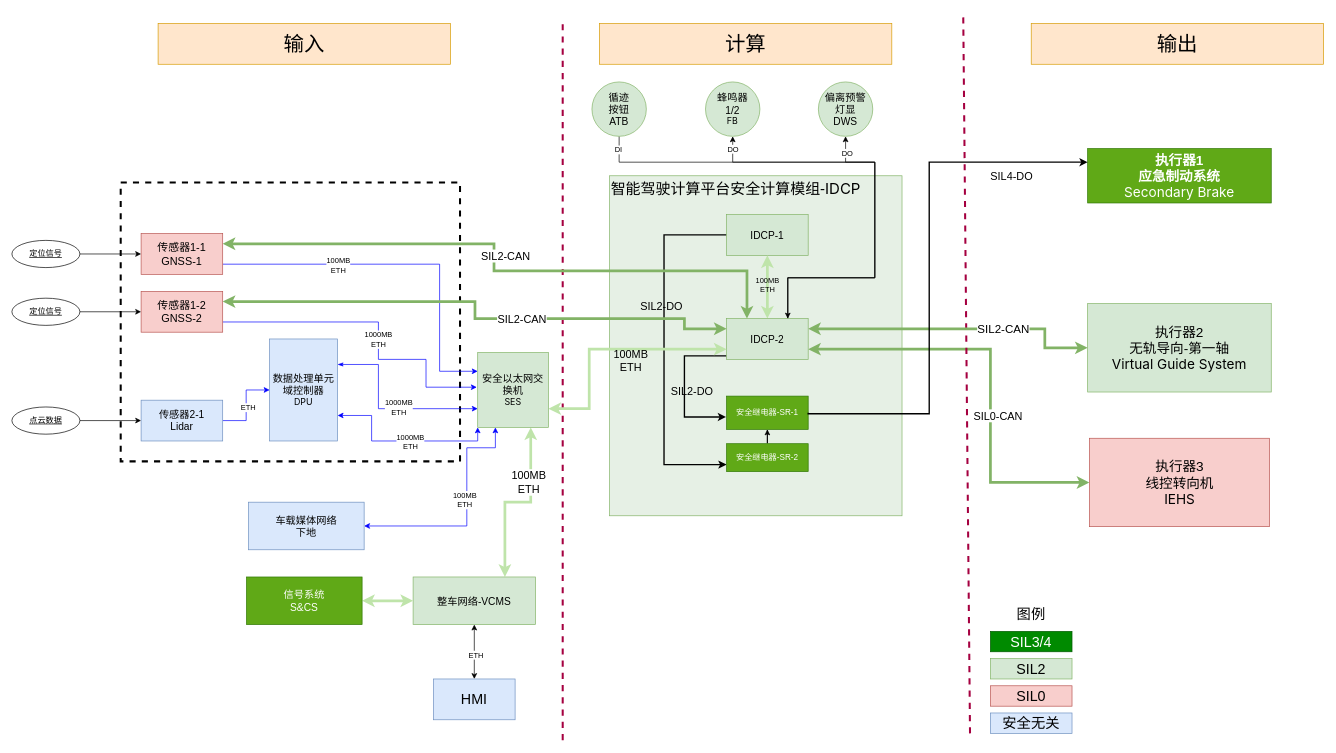
Before: page "循迹系统全连接图-240415update" (1 of 8) of 马来DAS系统关联关系图.drawio in FrankWong-cs/SharingwithColleagues, a draw.io diagram. Source tidied: cells renumbered, new cells numbered last; positions are measured from the earlier drawing's top-left corner, leaving out a move shared by most shapes. Both pictures are drawn from the tidied source at 68%, with x=0, y=0 at pixel (12, 12).
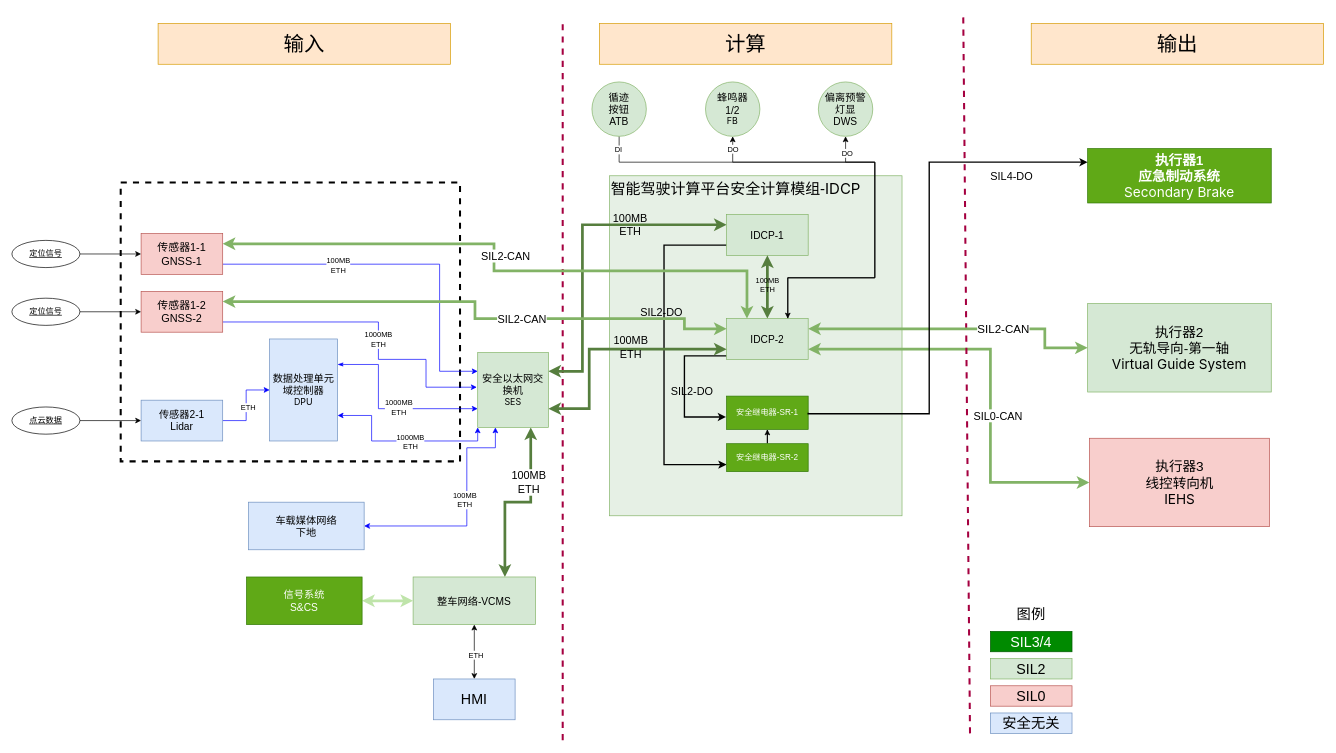
Above is the later version.

Commit message:
Update 马来DAS系统关联关系图.drawio

Unchanged cells that the change refers to:
```xml
<mxCell id="34" value="整车网络-VCMS" style="whiteSpace=wrap;html=1;align=center;fontSize=15;fillColor=#d5e8d4;strokeColor=#82b366;" parent="1" vertex="1">
  <mxGeometry x="590" y="830" width="180" height="70" as="geometry" />
</mxCell>
<mxCell id="46" value="IDCP-1" style="rounded=0;whiteSpace=wrap;html=1;fillColor=#d5e8d4;fontColor=default;strokeColor=#82b366;fontSize=15;" parent="1" vertex="1">
  <mxGeometry x="1051" y="297" width="120" height="60" as="geometry" />
</mxCell>
<mxCell id="56" value="IDCP-2" style="rounded=0;whiteSpace=wrap;html=1;fillColor=#d5e8d4;fontColor=default;strokeColor=#82b366;fontSize=15;" parent="1" vertex="1">
  <mxGeometry x="1051" y="450" width="120" height="60" as="geometry" />
</mxCell>
<mxCell id="59" value="安全继电器-SR-2" style="rounded=0;whiteSpace=wrap;html=1;fillColor=#60a917;fontColor=#ffffff;strokeColor=#2D7600;" parent="1" vertex="1">
  <mxGeometry x="1051" y="634" width="120" height="41" as="geometry" />
</mxCell>
<mxCell id="62" value="安全以太网交换机&lt;div&gt;&lt;div style=&quot;font-size: 13px;&quot;&gt;&lt;div style=&quot;white-space: pre;&quot;&gt;&lt;span style=&quot;font-family: LarkHackSafariFont, LarkEmojiFont, LarkChineseQuote, -apple-system, BlinkMacSystemFont, &amp;quot;Helvetica Neue&amp;quot;, Tahoma, &amp;quot;PingFang SC&amp;quot;, &amp;quot;Microsoft Yahei&amp;quot;, Arial, &amp;quot;Hiragino Sans GB&amp;quot;, sans-serif, &amp;quot;Apple Color Emoji&amp;quot;, &amp;quot;Segoe UI Emoji&amp;quot;, &amp;quot;Segoe UI Symbol&amp;quot;, &amp;quot;Noto Color Emoji&amp;quot;;&quot;&gt;SES&lt;/span&gt;&lt;/div&gt;&lt;/div&gt;&lt;/div&gt;" style="whiteSpace=wrap;html=1;align=center;fontSize=15;fillColor=#d5e8d4;strokeColor=#82b366;" parent="1" vertex="1">
  <mxGeometry x="685" y="500" width="104" height="110" as="geometry" />
</mxCell>
```

Change to the diagram source:
```diff
@@
-    <mxCell id="30" style="edgeStyle=orthogonalEdgeStyle;rounded=0;jettySize=auto;html=1;exitX=0.75;exitY=0;exitDx=0;exitDy=0;strokeWidth=4;startArrow=classic;startFill=1;fillColor=#d5e8d4;strokeColor=#bfe4aa;entryX=0.75;entryY=1;entryDx=0;entryDy=0;" parent="1" edge="1" source="34" target="62">
+    <mxCell id="30" style="edgeStyle=orthogonalEdgeStyle;rounded=0;jettySize=auto;html=1;exitX=0.75;exitY=0;exitDx=0;exitDy=0;strokeWidth=4;startArrow=classic;startFill=1;fillColor=#d5e8d4;strokeColor=#567e3e;entryX=0.75;entryY=1;entryDx=0;entryDy=0;" parent="1" edge="1" source="34" target="62">
       <mxGeometry relative="1" as="geometry" />
     </mxCell>
@@
-    <mxCell id="44" style="edgeStyle=orthogonalEdgeStyle;rounded=0;jettySize=auto;html=1;exitX=0;exitY=0.5;exitDx=0;exitDy=0;entryX=0;entryY=0.75;entryDx=0;entryDy=0;strokeWidth=2;" parent="1" edge="1" source="46" target="59">
+    <mxCell id="44" style="edgeStyle=orthogonalEdgeStyle;rounded=0;jettySize=auto;html=1;exitX=0;exitY=0.75;exitDx=0;exitDy=0;entryX=0;entryY=0.75;entryDx=0;entryDy=0;strokeWidth=2;" parent="1" edge="1" source="46" target="59">
       <mxGeometry relative="1" as="geometry">
         <Array as="points">
-          <mxPoint x="959" y="327" />
+          <mxPoint x="959" y="342" />
           <mxPoint x="959" y="665" />
         </Array>
       </mxGeometry>
     </mxCell>
@@
+    <mxCell id="83" style="edgeStyle=orthogonalEdgeStyle;rounded=0;jettySize=auto;html=1;exitX=0;exitY=0.25;exitDx=0;exitDy=0;entryX=1;entryY=0.25;entryDx=0;entryDy=0;strokeColor=#567e3e;strokeWidth=4;align=center;verticalAlign=middle;fontFamily=Helvetica;fontSize=11;fontColor=default;labelBackgroundColor=default;startArrow=classic;startFill=1;endArrow=classic;fillColor=#d5e8d4;" parent="1" edge="1" source="46" target="62">
+      <mxGeometry relative="1" as="geometry">
+        <Array as="points">
+          <mxPoint x="839" y="312" />
+          <mxPoint x="839" y="528" />
+        </Array>
+      </mxGeometry>
+    </mxCell>
+    <mxCell id="84" value="&lt;span style=&quot;font-size: 16px;&quot;&gt;100MB&lt;/span&gt;&lt;div style=&quot;font-size: 16px;&quot;&gt;ETH&lt;/div&gt;" style="edgeLabel;html=1;align=center;verticalAlign=middle;labelBackgroundColor=none;" parent="83" vertex="1">
+      <mxGeometry x="-0.4" y="-1" relative="1" as="geometry" />
+    </mxCell>
@@
-    <mxCell id="49" style="edgeStyle=orthogonalEdgeStyle;rounded=0;jettySize=auto;html=1;entryX=0.5;entryY=1;entryDx=0;entryDy=0;startArrow=classic;startFill=1;strokeColor=#bfe4aa;strokeWidth=4;fillColor=#d5e8d4;" parent="1" edge="1" source="56" target="46">
+    <mxCell id="49" style="edgeStyle=orthogonalEdgeStyle;rounded=0;jettySize=auto;html=1;entryX=0.5;entryY=1;entryDx=0;entryDy=0;startArrow=classic;startFill=1;strokeColor=#567e3e;strokeWidth=4;fillColor=#d5e8d4;" parent="1" edge="1" source="56" target="46">
       <mxGeometry relative="1" as="geometry" />
     </mxCell>
@@
-    <mxCell id="60" style="edgeStyle=orthogonalEdgeStyle;rounded=0;jettySize=auto;html=1;exitX=1;exitY=0.75;exitDx=0;exitDy=0;entryX=0;entryY=0.75;entryDx=0;entryDy=0;strokeColor=#bfe4aa;strokeWidth=4;fillColor=#d5e8d4;startArrow=classic;startFill=1;" parent="1" edge="1" source="62" target="56">
+    <mxCell id="60" style="edgeStyle=orthogonalEdgeStyle;rounded=0;jettySize=auto;html=1;exitX=1;exitY=0.75;exitDx=0;exitDy=0;entryX=0;entryY=0.75;entryDx=0;entryDy=0;strokeColor=#567e3e;strokeWidth=4;fillColor=#d5e8d4;startArrow=classic;startFill=1;" parent="1" edge="1" source="62" target="56">
       <mxGeometry relative="1" as="geometry">
         <Array as="points">
           <mxPoint x="849" y="583" />
           <mxPoint x="849" y="495" />
         </Array>
       </mxGeometry>
     </mxCell>
     <mxCell id="61" value="100MB&lt;div style=&quot;font-size: 16px;&quot;&gt;ETH&lt;/div&gt;" style="edgeLabel;html=1;align=center;verticalAlign=middle;fontSize=16;labelBackgroundColor=none;" parent="60" vertex="1">
       <mxGeometry x="-0.43" y="-3" relative="1" as="geometry">
-        <mxPoint x="57" y="-31" as="offset" />
+        <mxPoint x="57" y="-51" as="offset" />
       </mxGeometry>
     </mxCell>
```
